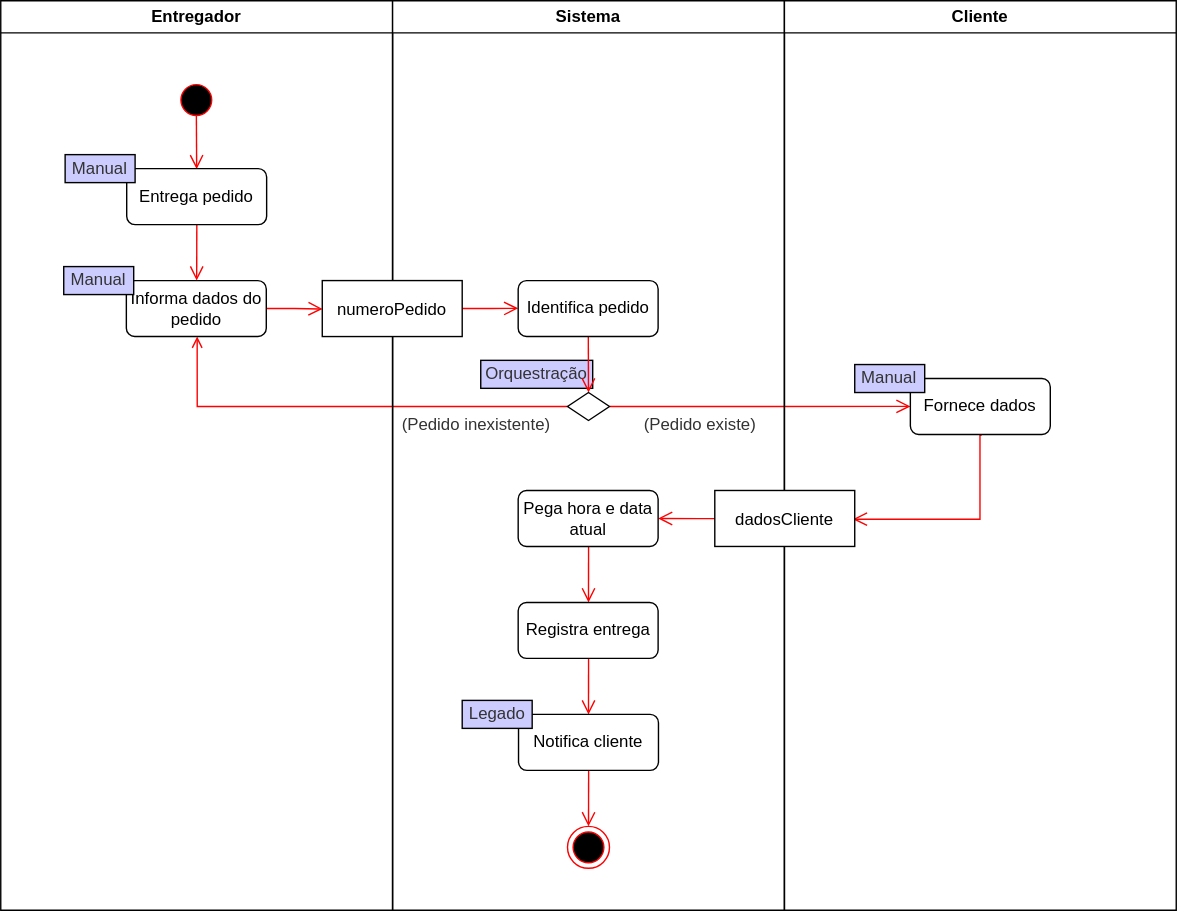
alexanderaugusto/logistica-service keeps this draw.io diagram as images/modelo-detalhado-parte2.drawio.svg. Above is the earlier version. Source tidied: cells renumbered, new cells last; positions are measured from the earlier drawing's top-left corner, leaving out a move shared by most shapes. Its diagram source:
```xml
<mxGraphModel>
  <root>
    <mxCell id="0" />
    <mxCell id="1" parent="0" />
    <mxCell id="2" style="edgeStyle=elbowEdgeStyle;elbow=horizontal;verticalAlign=bottom;endArrow=open;endSize=8;strokeColor=#FF0000;endFill=1;rounded=0;entryX=0.001;entryY=0.498;entryDx=0;entryDy=0;entryPerimeter=0;exitX=1;exitY=0.5;exitDx=0;exitDy=0;" parent="1" edge="1" source="25" target="32">
      <mxGeometry x="-1894" y="-9.2" as="geometry">
        <Array as="points">
          <mxPoint x="490" y="290" />
          <mxPoint x="484.8" y="635" />
          <mxPoint x="614" y="707.5" />
          <mxPoint x="614" y="697.5" />
        </Array>
      </mxGeometry>
    </mxCell>
    <mxCell id="3" style="edgeStyle=orthogonalEdgeStyle;rounded=0;jettySize=auto;html=1;fontSize=9;fontColor=#333333;endArrow=open;endFill=0;strokeColor=#FF0000;entryX=0.506;entryY=1;entryDx=0;entryDy=0;entryPerimeter=0;exitX=0;exitY=0.5;exitDx=0;exitDy=0;" parent="1" edge="1" source="25" target="10">
      <mxGeometry relative="1" as="geometry" />
    </mxCell>
    <mxCell id="4" style="edgeStyle=elbowEdgeStyle;elbow=horizontal;verticalAlign=bottom;endArrow=open;endSize=8;strokeColor=#FF0000;endFill=1;rounded=0;entryX=1;entryY=0.5;entryDx=0;entryDy=0;entryPerimeter=0;exitX=0.001;exitY=0.502;exitDx=0;exitDy=0;exitPerimeter=0;" parent="1" edge="1" source="33" target="22">
      <mxGeometry x="-1464" y="-9.2" as="geometry">
        <Array as="points">
          <mxPoint x="499.8" y="362" />
          <mxPoint x="474.8" y="565" />
          <mxPoint x="604" y="637.5" />
          <mxPoint x="604" y="627.5" />
        </Array>
      </mxGeometry>
    </mxCell>
    <mxCell id="5" style="edgeStyle=elbowEdgeStyle;elbow=horizontal;verticalAlign=bottom;endArrow=open;endSize=8;strokeColor=#FF0000;endFill=1;rounded=0;entryX=0.002;entryY=0.508;entryDx=0;entryDy=0;entryPerimeter=0;exitX=1.003;exitY=0.5;exitDx=0;exitDy=0;exitPerimeter=0;" parent="1" edge="1" source="10" target="24">
      <mxGeometry x="-325.2" y="233.4" as="geometry" />
    </mxCell>
    <mxCell id="6" value="Entregador" style="swimlane;whiteSpace=wrap;startSize=23;" parent="1" vertex="1">
      <mxGeometry width="280" height="650" as="geometry" />
    </mxCell>
    <mxCell id="7" style="edgeStyle=elbowEdgeStyle;elbow=horizontal;verticalAlign=bottom;endArrow=open;endSize=8;strokeColor=#FF0000;endFill=1;rounded=0;entryX=0.497;entryY=0.011;entryDx=0;entryDy=0;entryPerimeter=0;exitX=0.501;exitY=0.869;exitDx=0;exitDy=0;exitPerimeter=0;" parent="6" edge="1" source="9" target="11">
      <mxGeometry x="-495.1" y="-100.9" as="geometry" />
    </mxCell>
    <mxCell id="8" style="edgeStyle=elbowEdgeStyle;elbow=horizontal;verticalAlign=bottom;endArrow=open;endSize=8;strokeColor=#FF0000;endFill=1;rounded=0;entryX=0.503;entryY=0;entryDx=0;entryDy=0;entryPerimeter=0;exitX=0.501;exitY=1.007;exitDx=0;exitDy=0;exitPerimeter=0;" parent="6" edge="1" source="11" target="10">
      <mxGeometry x="-405" y="43.4" as="geometry" />
    </mxCell>
    <mxCell id="9" style="ellipse;shape=startState;fillColor=#000000;strokeColor=#ff0000;" parent="6" vertex="1">
      <mxGeometry x="124.8" y="56" width="30" height="30" as="geometry" />
    </mxCell>
    <mxCell id="10" value="Informa dados do pedido" style="rounded=1;whiteSpace=wrap;html=1;" parent="6" vertex="1">
      <mxGeometry x="89.8" y="200" width="100" height="40" as="geometry" />
    </mxCell>
    <mxCell id="11" value="Entrega pedido" style="rounded=1;whiteSpace=wrap;html=1;" parent="6" vertex="1">
      <mxGeometry x="90" y="120" width="100" height="40" as="geometry" />
    </mxCell>
    <mxCell id="12" value="Manual" style="rounded=0;whiteSpace=wrap;html=1;fontSize=12;fontColor=#333333;fillColor=#CCCCFF;" parent="6" vertex="1">
      <mxGeometry x="45" y="190" width="50" height="20" as="geometry" />
    </mxCell>
    <mxCell id="13" value="Sistema" style="swimlane;whiteSpace=wrap;" parent="1" vertex="1">
      <mxGeometry x="280" width="280" height="650" as="geometry" />
    </mxCell>
    <mxCell id="14" value="Orquestração" style="rounded=0;whiteSpace=wrap;html=1;fontSize=12;fontColor=#333333;fillColor=#CCCCFF;" parent="13" vertex="1">
      <mxGeometry x="63" y="257" width="80" height="20" as="geometry" />
    </mxCell>
    <mxCell id="15" style="edgeStyle=elbowEdgeStyle;elbow=horizontal;verticalAlign=bottom;endArrow=open;endSize=8;strokeColor=#FF0000;endFill=1;rounded=0;exitX=0.503;exitY=1;exitDx=0;exitDy=0;exitPerimeter=0;entryX=0.503;entryY=0;entryDx=0;entryDy=0;entryPerimeter=0;" parent="13" edge="1" source="22" target="28">
      <mxGeometry x="-3079.1" y="-407.2" as="geometry">
        <Array as="points">
          <mxPoint x="140" y="410" />
          <mxPoint x="200" y="429.9" />
          <mxPoint x="254.7" y="594.9" />
          <mxPoint x="264.7" y="514.9" />
          <mxPoint x="344.7" y="504.9" />
          <mxPoint x="473.9" y="577.4" />
          <mxPoint x="473.9" y="567.4" />
        </Array>
      </mxGeometry>
    </mxCell>
    <mxCell id="16" style="edgeStyle=elbowEdgeStyle;elbow=horizontal;verticalAlign=bottom;endArrow=open;endSize=8;strokeColor=#FF0000;endFill=1;rounded=0;entryX=0.507;entryY=0.003;entryDx=0;entryDy=0;entryPerimeter=0;exitX=0.503;exitY=1.003;exitDx=0;exitDy=0;exitPerimeter=0;" parent="13" edge="1" source="28" target="20">
      <mxGeometry x="-2699.1" y="-277.1" as="geometry">
        <Array as="points">
          <mxPoint x="140" y="490" />
          <mxPoint x="194.7" y="655" />
          <mxPoint x="204.7" y="575" />
          <mxPoint x="284.7" y="565" />
          <mxPoint x="413.9" y="637.5" />
          <mxPoint x="413.9" y="627.5" />
        </Array>
      </mxGeometry>
    </mxCell>
    <mxCell id="17" style="edgeStyle=elbowEdgeStyle;elbow=horizontal;verticalAlign=bottom;endArrow=open;endSize=8;strokeColor=#FF0000;endFill=1;rounded=0;entryX=0.5;entryY=0;entryDx=0;entryDy=0;exitX=0.501;exitY=0.984;exitDx=0;exitDy=0;exitPerimeter=0;" parent="13" edge="1" source="23" target="25">
      <mxGeometry x="-495.2" y="111.2" as="geometry">
        <Array as="points">
          <mxPoint x="140" y="260" />
        </Array>
      </mxGeometry>
    </mxCell>
    <mxCell id="18" style="edgeStyle=elbowEdgeStyle;elbow=horizontal;verticalAlign=bottom;endArrow=open;endSize=8;strokeColor=#FF0000;endFill=1;rounded=0;entryX=0.5;entryY=0;entryDx=0;entryDy=0;exitX=0.501;exitY=0.974;exitDx=0;exitDy=0;exitPerimeter=0;" parent="13" edge="1" source="20" target="21">
      <mxGeometry x="-2338.8" y="-117.2" as="geometry">
        <Array as="points">
          <mxPoint x="140" y="572" />
          <mxPoint x="115" y="745" />
          <mxPoint x="125" y="665" />
          <mxPoint x="205" y="655" />
          <mxPoint x="334.2" y="727.5" />
          <mxPoint x="334.2" y="717.5" />
        </Array>
      </mxGeometry>
    </mxCell>
    <mxCell id="19" style="edgeStyle=elbowEdgeStyle;elbow=horizontal;verticalAlign=bottom;endArrow=open;endSize=8;strokeColor=#FF0000;endFill=1;rounded=0;exitX=1;exitY=0.5;exitDx=0;exitDy=0;exitPerimeter=0;" parent="13" edge="1" source="24">
      <mxGeometry x="-205.2" y="200.4" as="geometry">
        <mxPoint x="89.8" y="219.8" as="targetPoint" />
      </mxGeometry>
    </mxCell>
    <mxCell id="20" value="Notifica cliente" style="rounded=1;whiteSpace=wrap;html=1;" parent="13" vertex="1">
      <mxGeometry x="90" y="510" width="100" height="40" as="geometry" />
    </mxCell>
    <mxCell id="21" style="ellipse;shape=endState;fillColor=#000000;strokeColor=#ff0000;" parent="13" vertex="1">
      <mxGeometry x="125" y="590" width="30" height="30" as="geometry" />
    </mxCell>
    <mxCell id="22" value="Pega hora e data atual" style="rounded=1;whiteSpace=wrap;html=1;" parent="13" vertex="1">
      <mxGeometry x="89.8" y="350" width="100" height="40" as="geometry" />
    </mxCell>
    <mxCell id="23" value="Identifica pedido" style="rounded=1;whiteSpace=wrap;html=1;" parent="13" vertex="1">
      <mxGeometry x="89.8" y="200" width="100" height="40" as="geometry" />
    </mxCell>
    <mxCell id="24" value="numeroPedido" parent="13" vertex="1">
      <mxGeometry x="-50.2" y="200" width="100" height="40" as="geometry" />
    </mxCell>
    <mxCell id="25" style="rhombus;whiteSpace=wrap;html=1;" parent="13" vertex="1">
      <mxGeometry x="125" y="280" width="30" height="20" as="geometry" />
    </mxCell>
    <mxCell id="26" value="(Pedido inexistente)" style="text;html=1;strokeColor=none;fillColor=none;align=center;verticalAlign=middle;whiteSpace=wrap;rounded=0;fontColor=#333333;fontSize=12;" parent="13" vertex="1">
      <mxGeometry y="288" width="120" height="30" as="geometry" />
    </mxCell>
    <mxCell id="27" value="(Pedido existe)" style="text;html=1;strokeColor=none;fillColor=none;align=center;verticalAlign=middle;whiteSpace=wrap;rounded=0;fontColor=#333333;fontSize=12;" parent="13" vertex="1">
      <mxGeometry x="170" y="288" width="100" height="30" as="geometry" />
    </mxCell>
    <mxCell id="28" value="Registra entrega" style="rounded=1;whiteSpace=wrap;html=1;" parent="13" vertex="1">
      <mxGeometry x="89.8" y="430" width="100" height="40" as="geometry" />
    </mxCell>
    <mxCell id="29" value="Legado" style="rounded=0;whiteSpace=wrap;html=1;fontSize=12;fontColor=#333333;fillColor=#CCCCFF;" parent="13" vertex="1">
      <mxGeometry x="49.8" y="500" width="50" height="20" as="geometry" />
    </mxCell>
    <mxCell id="30" value="Cliente" style="swimlane;whiteSpace=wrap;" parent="1" vertex="1">
      <mxGeometry x="560" width="280" height="650" as="geometry" />
    </mxCell>
    <mxCell id="31" style="edgeStyle=elbowEdgeStyle;elbow=horizontal;verticalAlign=bottom;endArrow=open;endSize=8;strokeColor=#FF0000;endFill=1;rounded=0;entryX=0.987;entryY=0.513;entryDx=0;entryDy=0;entryPerimeter=0;exitX=0.509;exitY=1.012;exitDx=0;exitDy=0;exitPerimeter=0;" parent="30" edge="1" source="32" target="33">
      <mxGeometry x="-2019.3" y="-150.6" as="geometry">
        <Array as="points">
          <mxPoint x="139.8" y="289.8" />
          <mxPoint x="140.8" y="271.8" />
          <mxPoint x="79.4" y="493.5" />
          <mxPoint x="208.6" y="566" />
          <mxPoint x="208.6" y="556" />
        </Array>
      </mxGeometry>
    </mxCell>
    <mxCell id="32" value="Fornece dados" style="rounded=1;whiteSpace=wrap;html=1;" parent="30" vertex="1">
      <mxGeometry x="90" y="270" width="100" height="40" as="geometry" />
    </mxCell>
    <mxCell id="33" value="dadosCliente" parent="30" vertex="1">
      <mxGeometry x="-49.8" y="350" width="100" height="40" as="geometry" />
    </mxCell>
    <mxCell id="34" value="Manual" style="rounded=0;whiteSpace=wrap;html=1;fontSize=12;fontColor=#333333;fillColor=#CCCCFF;" parent="30" vertex="1">
      <mxGeometry x="50.2" y="260" width="50" height="20" as="geometry" />
    </mxCell>
    <mxCell id="35" value="Manual" style="rounded=0;whiteSpace=wrap;html=1;fontSize=12;fontColor=#333333;fillColor=#CCCCFF;" parent="1" vertex="1">
      <mxGeometry x="46" y="110" width="50" height="20" as="geometry" />
    </mxCell>
  </root>
</mxGraphModel>
```
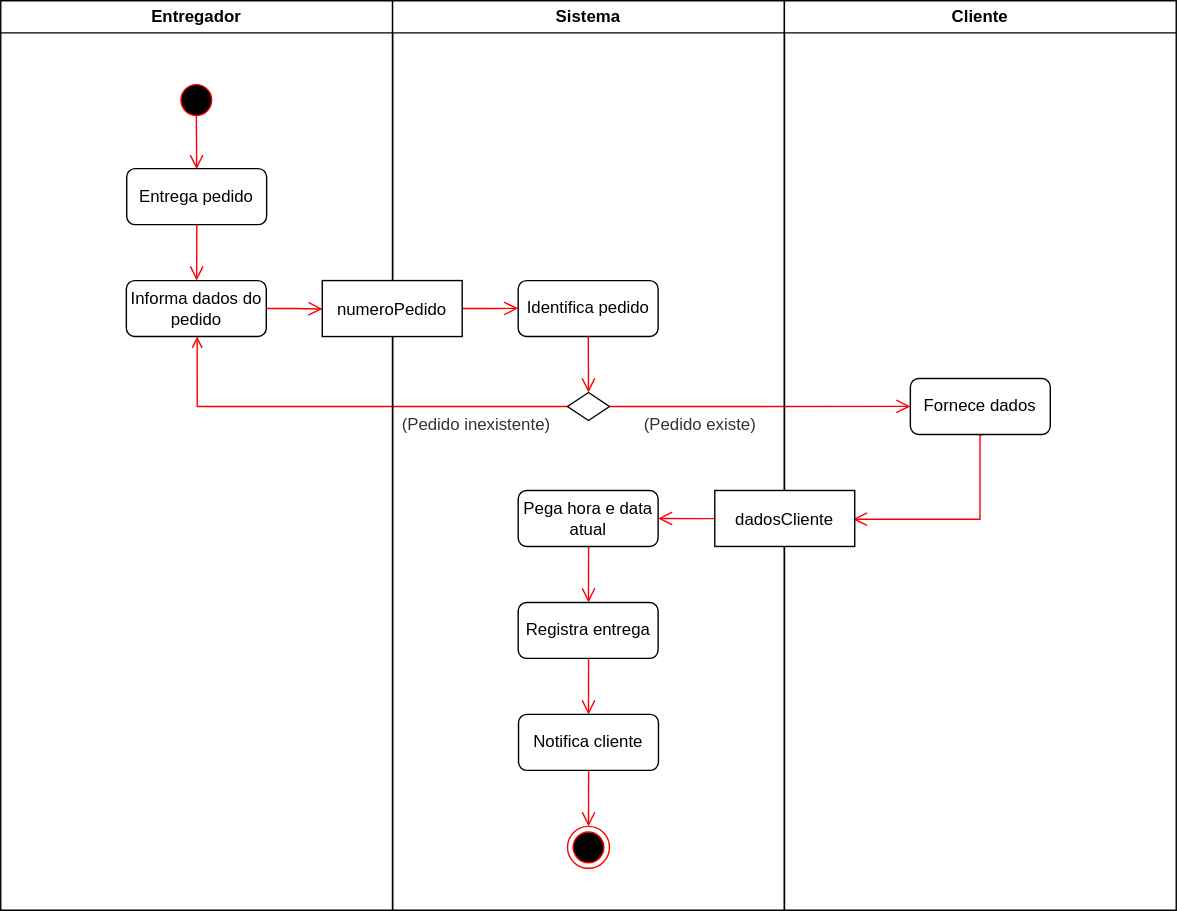
Later version of the same file.

The edit, as a diff of the source:
```diff
@@ -1,8 +1,8 @@
 <mxGraphModel>
   <root>
-    <mxCell id="0" />
-    <mxCell id="1" parent="0" />
+    <mxCell id="36" />
+    <mxCell id="37" parent="36" />
-    <mxCell id="2" style="edgeStyle=elbowEdgeStyle;elbow=horizontal;verticalAlign=bottom;endArrow=open;endSize=8;strokeColor=#FF0000;endFill=1;rounded=0;entryX=0.001;entryY=0.498;entryDx=0;entryDy=0;entryPerimeter=0;exitX=1;exitY=0.5;exitDx=0;exitDy=0;" parent="1" edge="1" source="25" target="32">
+    <mxCell id="2" style="edgeStyle=elbowEdgeStyle;elbow=horizontal;verticalAlign=bottom;endArrow=open;endSize=8;strokeColor=#FF0000;endFill=1;rounded=0;entryX=0.001;entryY=0.498;entryDx=0;entryDy=0;entryPerimeter=0;exitX=1;exitY=0.5;exitDx=0;exitDy=0;" parent="37" edge="1" source="25" target="32">
       <mxGeometry x="-1894" y="-9.2" as="geometry">
         <Array as="points">
           <mxPoint x="490" y="290" />
@@ -12,10 +12,10 @@
         </Array>
       </mxGeometry>
     </mxCell>
-    <mxCell id="3" style="edgeStyle=orthogonalEdgeStyle;rounded=0;jettySize=auto;html=1;fontSize=9;fontColor=#333333;endArrow=open;endFill=0;strokeColor=#FF0000;entryX=0.506;entryY=1;entryDx=0;entryDy=0;entryPerimeter=0;exitX=0;exitY=0.5;exitDx=0;exitDy=0;" parent="1" edge="1" source="25" target="10">
+    <mxCell id="3" style="edgeStyle=orthogonalEdgeStyle;rounded=0;jettySize=auto;html=1;fontSize=9;fontColor=#333333;endArrow=open;endFill=0;strokeColor=#FF0000;entryX=0.506;entryY=1;entryDx=0;entryDy=0;entryPerimeter=0;exitX=0;exitY=0.5;exitDx=0;exitDy=0;" parent="37" edge="1" source="25" target="10">
       <mxGeometry relative="1" as="geometry" />
     </mxCell>
-    <mxCell id="4" style="edgeStyle=elbowEdgeStyle;elbow=horizontal;verticalAlign=bottom;endArrow=open;endSize=8;strokeColor=#FF0000;endFill=1;rounded=0;entryX=1;entryY=0.5;entryDx=0;entryDy=0;entryPerimeter=0;exitX=0.001;exitY=0.502;exitDx=0;exitDy=0;exitPerimeter=0;" parent="1" edge="1" source="33" target="22">
+    <mxCell id="4" style="edgeStyle=elbowEdgeStyle;elbow=horizontal;verticalAlign=bottom;endArrow=open;endSize=8;strokeColor=#FF0000;endFill=1;rounded=0;entryX=1;entryY=0.5;entryDx=0;entryDy=0;entryPerimeter=0;exitX=0.001;exitY=0.502;exitDx=0;exitDy=0;exitPerimeter=0;" parent="37" edge="1" source="33" target="22">
       <mxGeometry x="-1464" y="-9.2" as="geometry">
         <Array as="points">
           <mxPoint x="499.8" y="362" />
@@ -25,10 +25,10 @@
         </Array>
       </mxGeometry>
     </mxCell>
-    <mxCell id="5" style="edgeStyle=elbowEdgeStyle;elbow=horizontal;verticalAlign=bottom;endArrow=open;endSize=8;strokeColor=#FF0000;endFill=1;rounded=0;entryX=0.002;entryY=0.508;entryDx=0;entryDy=0;entryPerimeter=0;exitX=1.003;exitY=0.5;exitDx=0;exitDy=0;exitPerimeter=0;" parent="1" edge="1" source="10" target="24">
+    <mxCell id="5" style="edgeStyle=elbowEdgeStyle;elbow=horizontal;verticalAlign=bottom;endArrow=open;endSize=8;strokeColor=#FF0000;endFill=1;rounded=0;entryX=0.002;entryY=0.508;entryDx=0;entryDy=0;entryPerimeter=0;exitX=1.003;exitY=0.5;exitDx=0;exitDy=0;exitPerimeter=0;" parent="37" edge="1" source="10" target="24">
       <mxGeometry x="-325.2" y="233.4" as="geometry" />
     </mxCell>
-    <mxCell id="6" value="Entregador" style="swimlane;whiteSpace=wrap;startSize=23;" parent="1" vertex="1">
+    <mxCell id="6" value="Entregador" style="swimlane;whiteSpace=wrap;startSize=23;" parent="37" vertex="1">
       <mxGeometry width="280" height="650" as="geometry" />
     </mxCell>
     <mxCell id="7" style="edgeStyle=elbowEdgeStyle;elbow=horizontal;verticalAlign=bottom;endArrow=open;endSize=8;strokeColor=#FF0000;endFill=1;rounded=0;entryX=0.497;entryY=0.011;entryDx=0;entryDy=0;entryPerimeter=0;exitX=0.501;exitY=0.869;exitDx=0;exitDy=0;exitPerimeter=0;" parent="6" edge="1" source="9" target="11">
@@ -46,15 +46,9 @@
     <mxCell id="11" value="Entrega pedido" style="rounded=1;whiteSpace=wrap;html=1;" parent="6" vertex="1">
       <mxGeometry x="90" y="120" width="100" height="40" as="geometry" />
     </mxCell>
-    <mxCell id="12" value="Manual" style="rounded=0;whiteSpace=wrap;html=1;fontSize=12;fontColor=#333333;fillColor=#CCCCFF;" parent="6" vertex="1">
-      <mxGeometry x="45" y="190" width="50" height="20" as="geometry" />
-    </mxCell>
-    <mxCell id="13" value="Sistema" style="swimlane;whiteSpace=wrap;" parent="1" vertex="1">
+    <mxCell id="13" value="Sistema" style="swimlane;whiteSpace=wrap;" parent="37" vertex="1">
       <mxGeometry x="280" width="280" height="650" as="geometry" />
     </mxCell>
-    <mxCell id="14" value="Orquestração" style="rounded=0;whiteSpace=wrap;html=1;fontSize=12;fontColor=#333333;fillColor=#CCCCFF;" parent="13" vertex="1">
-      <mxGeometry x="63" y="257" width="80" height="20" as="geometry" />
-    </mxCell>
     <mxCell id="15" style="edgeStyle=elbowEdgeStyle;elbow=horizontal;verticalAlign=bottom;endArrow=open;endSize=8;strokeColor=#FF0000;endFill=1;rounded=0;exitX=0.503;exitY=1;exitDx=0;exitDy=0;exitPerimeter=0;entryX=0.503;entryY=0;entryDx=0;entryDy=0;entryPerimeter=0;" parent="13" edge="1" source="22" target="28">
       <mxGeometry x="-3079.1" y="-407.2" as="geometry">
         <Array as="points">
@@ -99,11 +93,11 @@
         </Array>
       </mxGeometry>
     </mxCell>
-    <mxCell id="19" style="edgeStyle=elbowEdgeStyle;elbow=horizontal;verticalAlign=bottom;endArrow=open;endSize=8;strokeColor=#FF0000;endFill=1;rounded=0;exitX=1;exitY=0.5;exitDx=0;exitDy=0;exitPerimeter=0;" parent="13" edge="1" source="24">
-      <mxGeometry x="-205.2" y="200.4" as="geometry">
-        <mxPoint x="89.8" y="219.8" as="targetPoint" />
-      </mxGeometry>
-    </mxCell>
+    <mxCell id="38" style="edgeStyle=elbowEdgeStyle;elbow=horizontal;verticalAlign=bottom;endArrow=open;endSize=8;strokeColor=#FF0000;endFill=1;rounded=0;exitX=1;exitY=0.5;exitDx=0;exitDy=0;exitPerimeter=0;" parent="13" edge="1" source="24">
+      <mxGeometry x="-205.2" y="200.4" as="geometry">
+        <mxPoint x="89.8" y="219.8" as="targetPoint" />
+      </mxGeometry>
+    </mxCell>
     <mxCell id="20" value="Notifica cliente" style="rounded=1;whiteSpace=wrap;html=1;" parent="13" vertex="1">
       <mxGeometry x="90" y="510" width="100" height="40" as="geometry" />
     </mxCell>
@@ -131,10 +125,7 @@
     <mxCell id="28" value="Registra entrega" style="rounded=1;whiteSpace=wrap;html=1;" parent="13" vertex="1">
       <mxGeometry x="89.8" y="430" width="100" height="40" as="geometry" />
     </mxCell>
-    <mxCell id="29" value="Legado" style="rounded=0;whiteSpace=wrap;html=1;fontSize=12;fontColor=#333333;fillColor=#CCCCFF;" parent="13" vertex="1">
-      <mxGeometry x="49.8" y="500" width="50" height="20" as="geometry" />
-    </mxCell>
-    <mxCell id="30" value="Cliente" style="swimlane;whiteSpace=wrap;" parent="1" vertex="1">
+    <mxCell id="30" value="Cliente" style="swimlane;whiteSpace=wrap;" parent="37" vertex="1">
       <mxGeometry x="560" width="280" height="650" as="geometry" />
     </mxCell>
     <mxCell id="31" style="edgeStyle=elbowEdgeStyle;elbow=horizontal;verticalAlign=bottom;endArrow=open;endSize=8;strokeColor=#FF0000;endFill=1;rounded=0;entryX=0.987;entryY=0.513;entryDx=0;entryDy=0;entryPerimeter=0;exitX=0.509;exitY=1.012;exitDx=0;exitDy=0;exitPerimeter=0;" parent="30" edge="1" source="32" target="33">
@@ -154,11 +145,5 @@
     <mxCell id="33" value="dadosCliente" parent="30" vertex="1">
       <mxGeometry x="-49.8" y="350" width="100" height="40" as="geometry" />
     </mxCell>
-    <mxCell id="34" value="Manual" style="rounded=0;whiteSpace=wrap;html=1;fontSize=12;fontColor=#333333;fillColor=#CCCCFF;" parent="30" vertex="1">
-      <mxGeometry x="50.2" y="260" width="50" height="20" as="geometry" />
-    </mxCell>
-    <mxCell id="35" value="Manual" style="rounded=0;whiteSpace=wrap;html=1;fontSize=12;fontColor=#333333;fillColor=#CCCCFF;" parent="1" vertex="1">
-      <mxGeometry x="46" y="110" width="50" height="20" as="geometry" />
-    </mxCell>
   </root>
 </mxGraphModel>
```
